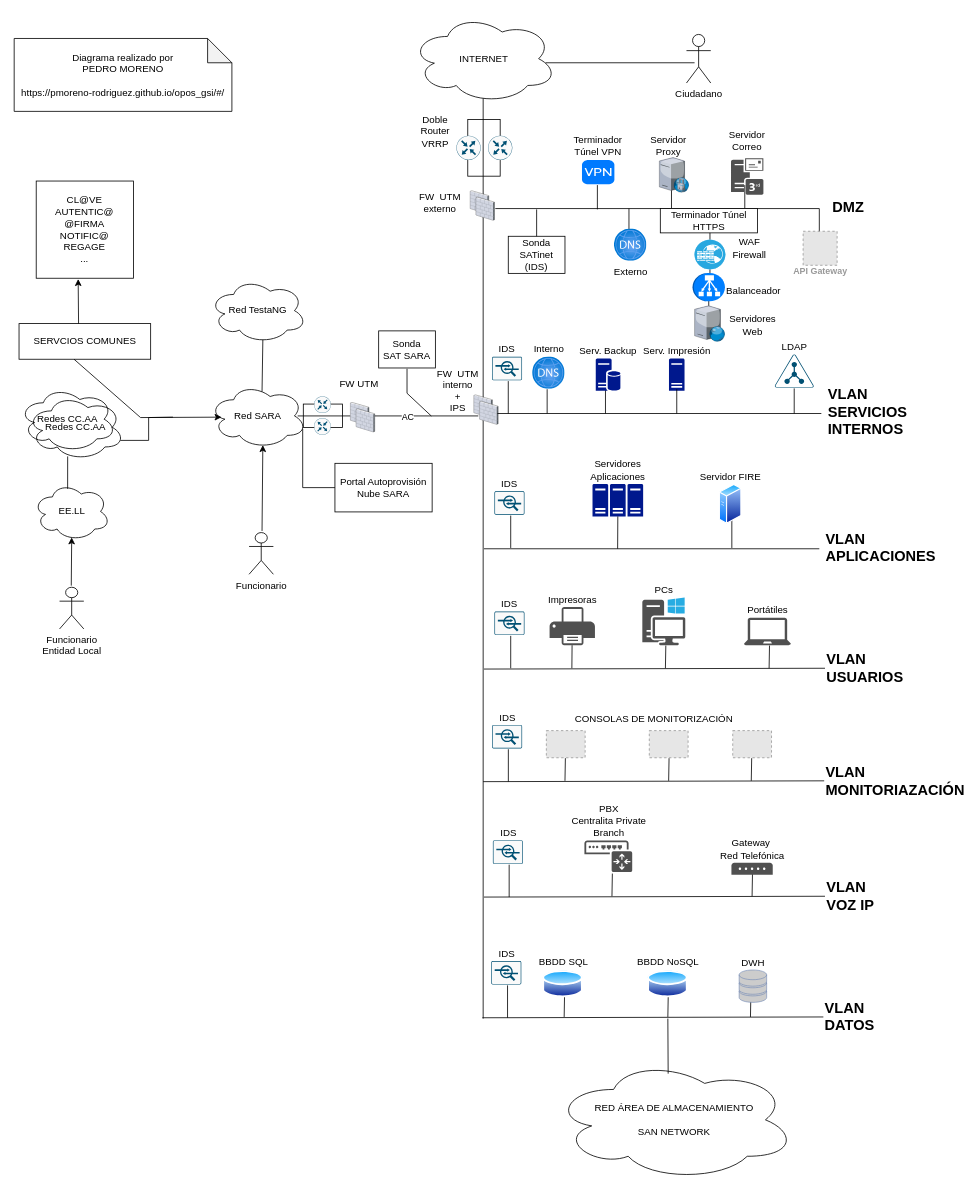
pmoreno-rodriguez/opos_gsi keeps this draw.io diagram as docs/diagramas/Diagrama-red-ampliado.drawio. Above is the earlier version. Source tidied: cells renumbered, new cells numbered last; positions are measured from the earlier drawing's top-left corner, leaving out a move shared by most shapes. Both pictures are drawn from the tidied source at 81%, with x=0, y=0 at pixel (14, 14). Pictures stored in the file or linked from it are replaced by grey dashed boxes.
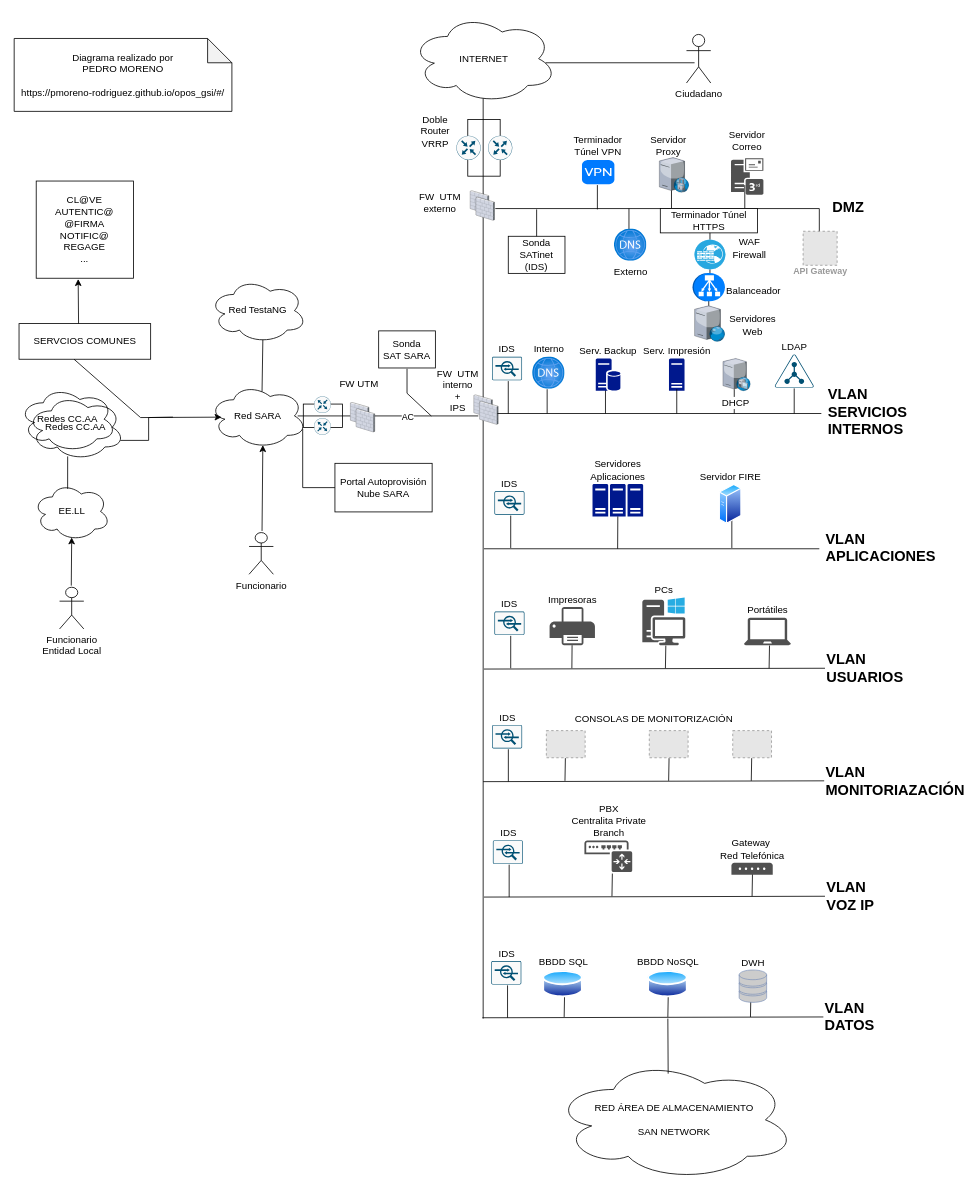
Above is the later version.

Commit message (it also covers changes not shown here):
añadido serv dhcp

Change to the diagram source:
```diff
@@
+    <mxCell id="167" style="verticalLabelPosition=bottom;sketch=0;html=1;verticalAlign=top;strokeColor=none;align=center;shape=mxgraph.citrix.dhcp_server;" parent="1" vertex="1">
+      <mxGeometry x="875" y="425" width="33.8" height="40" as="geometry" />
+    </mxCell>
+    <mxCell id="168" style="endArrow=none;html=1;rounded=0;" parent="1" edge="1">
+      <mxGeometry relative="1" as="geometry">
+        <mxPoint x="889" y="493" as="sourcePoint" />
+        <mxPoint x="889" y="463" as="targetPoint" />
+      </mxGeometry>
+    </mxCell>
+    <mxCell id="169" value="DHCP" style="text;html=1;align=center;verticalAlign=middle;whiteSpace=wrap;rounded=0;labelBackgroundColor=#FFFFFF;" parent="1" vertex="1">
+      <mxGeometry x="865.7" y="470" width="50" height="20" as="geometry" />
+    </mxCell>
```
